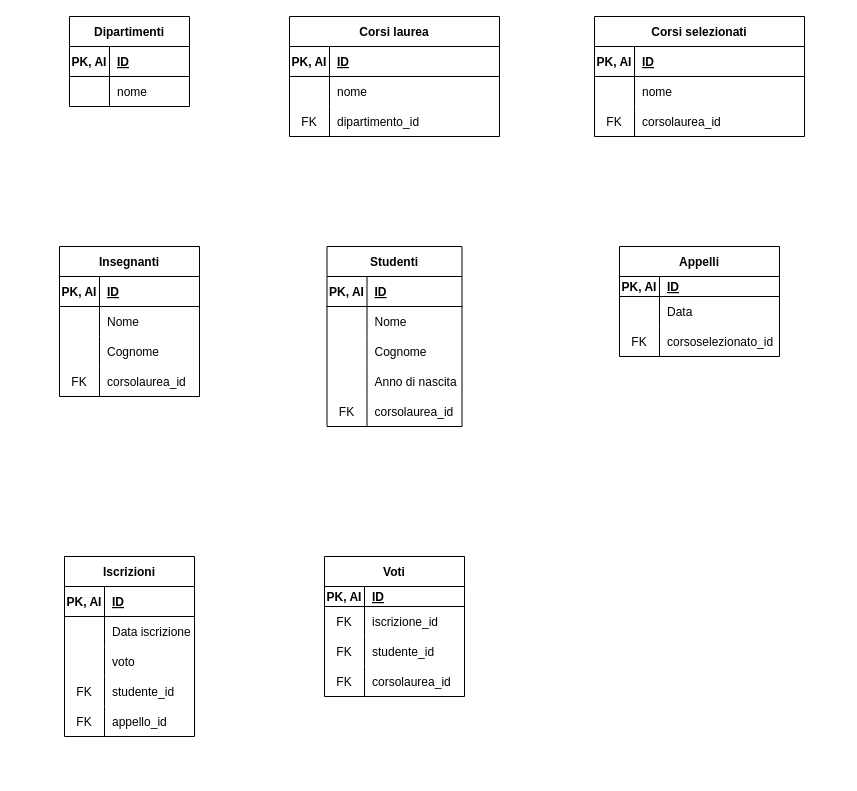
The draw.io diagram schema.drawio in agostinoluca/db-university, before the edit. Source tidied: cells renumbered, new cells numbered last; positions are measured from the earlier drawing's top-left corner, leaving out a move shared by most shapes. Both pictures are drawn from the tidied source at 100%, with x=0, y=0 at pixel (59, 16).
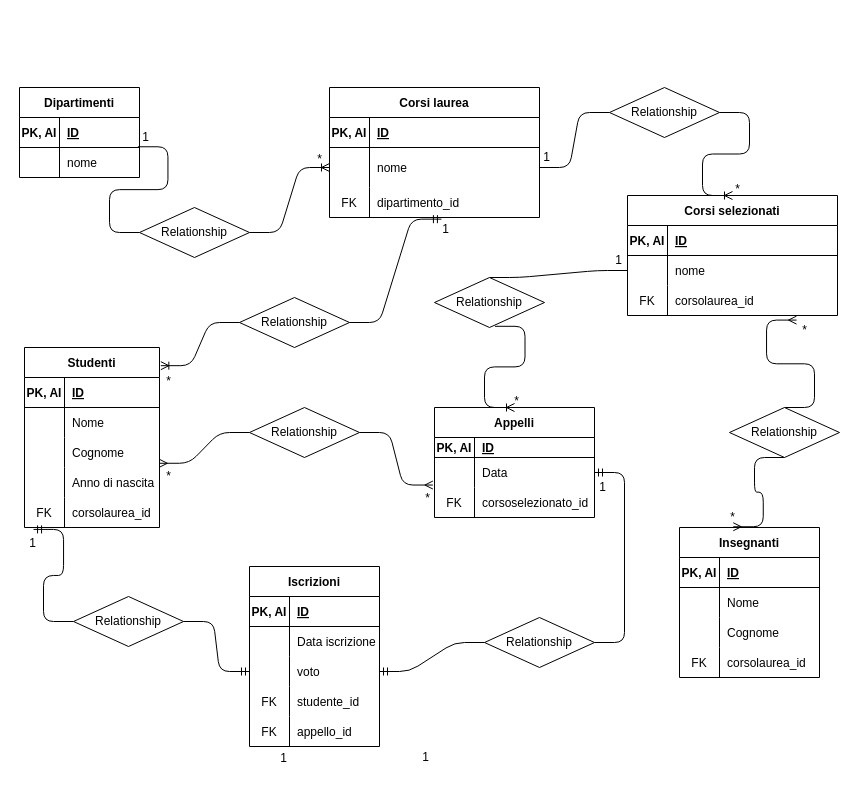
The same diagram, later.

Commit message (it also covers changes not shown here):
fix logic add relationship

The change refers to these unchanged cells:
```xml
<mxCell id="3" style="shape=tableRow;horizontal=0;startSize=0;swimlaneHead=0;swimlaneBody=0;fillColor=none;points=[[0,0.5],[1,0.5]];portConstraint=eastwest;top=0;left=0;right=0;bottom=1;" parent="2" vertex="1">
  <mxGeometry y="30" width="120" height="30" as="geometry" />
</mxCell>
<mxCell id="23" style="shape=tableRow;horizontal=0;startSize=0;swimlaneHead=0;swimlaneBody=0;fillColor=none;points=[[0,0.5],[1,0.5]];portConstraint=eastwest;top=0;left=0;right=0;bottom=0;" parent="19" vertex="1">
  <mxGeometry y="60" width="210" height="30" as="geometry" />
</mxCell>
<mxCell id="26" style="shape=tableRow;horizontal=0;startSize=0;swimlaneHead=0;swimlaneBody=0;fillColor=none;points=[[0,0.5],[1,0.5]];portConstraint=eastwest;top=0;left=0;right=0;bottom=0;" parent="19" vertex="1">
  <mxGeometry y="90" width="210" height="30" as="geometry" />
</mxCell>
<mxCell id="46" style="shape=tableRow;horizontal=0;startSize=0;swimlaneHead=0;swimlaneBody=0;fillColor=none;points=[[0,0.5],[1,0.5]];portConstraint=eastwest;top=0;left=0;right=0;bottom=0;" parent="42" vertex="1">
  <mxGeometry y="50" width="160" height="30" as="geometry" />
</mxCell>
<mxCell id="62" style="shape=tableRow;horizontal=0;startSize=0;swimlaneHead=0;swimlaneBody=0;fillColor=none;points=[[0,0.5],[1,0.5]];portConstraint=eastwest;top=0;left=0;right=0;bottom=0;" parent="52" vertex="1">
  <mxGeometry y="120" width="135" height="30" as="geometry" />
</mxCell>
<mxCell id="65" style="shape=tableRow;horizontal=0;startSize=0;swimlaneHead=0;swimlaneBody=0;fillColor=none;points=[[0,0.5],[1,0.5]];portConstraint=eastwest;top=0;left=0;right=0;bottom=0;" parent="52" vertex="1">
  <mxGeometry y="150" width="135" height="30" as="geometry" />
</mxCell>
<mxCell id="75" style="shape=tableRow;horizontal=0;startSize=0;swimlaneHead=0;swimlaneBody=0;fillColor=none;points=[[0,0.5],[1,0.5]];portConstraint=eastwest;top=0;left=0;right=0;bottom=0;" parent="68" vertex="1">
  <mxGeometry y="90" width="130" height="30" as="geometry" />
</mxCell>
```

Diff of the diagram source:
```diff
@@
     <mxCell id="2" value="Dipartimenti" style="shape=table;startSize=30;childLayout=tableLayout;rowLines=0;fontStyle=1;align=center;" parent="1" vertex="1">
-      <mxGeometry x="10" width="120" height="90" as="geometry" />
+      <mxGeometry x="-40" y="71" width="120" height="90" as="geometry" />
     </mxCell>
@@
     <mxCell id="9" value="Corsi laurea" style="shape=table;startSize=30;childLayout=tableLayout;rowLines=0;fontStyle=1;align=center;" parent="1" vertex="1">
-      <mxGeometry x="230" width="210" height="120" as="geometry" />
+      <mxGeometry x="270" y="71" width="210" height="130" as="geometry" />
     </mxCell>
@@
     <mxCell id="13" style="shape=tableRow;horizontal=0;startSize=0;swimlaneHead=0;swimlaneBody=0;fillColor=none;points=[[0,0.5],[1,0.5]];portConstraint=eastwest;top=0;left=0;right=0;bottom=0;" parent="9" vertex="1">
-      <mxGeometry y="60" width="210" height="30" as="geometry" />
+      <mxGeometry y="60" width="210" height="40" as="geometry" />
     </mxCell>
     <mxCell id="14" style="shape=partialRectangle;fillColor=none;top=0;left=0;bottom=0;right=0;overflow=hidden;" parent="13" vertex="1">
-      <mxGeometry width="40" height="30" as="geometry" />
+      <mxGeometry width="40" height="40" as="geometry" />
     </mxCell>
     <mxCell id="15" value="nome" style="shape=partialRectangle;fillColor=none;top=0;left=0;bottom=0;right=0;align=left;spacingLeft=6;overflow=hidden;" parent="13" vertex="1">
-      <mxGeometry x="40" width="170" height="30" as="geometry" />
+      <mxGeometry x="40" width="170" height="40" as="geometry" />
     </mxCell>
     <mxCell id="16" style="shape=tableRow;horizontal=0;startSize=0;swimlaneHead=0;swimlaneBody=0;fillColor=none;points=[[0,0.5],[1,0.5]];portConstraint=eastwest;top=0;left=0;right=0;bottom=0;" parent="9" vertex="1">
-      <mxGeometry y="90" width="210" height="30" as="geometry" />
+      <mxGeometry y="100" width="210" height="30" as="geometry" />
     </mxCell>
@@
     <mxCell id="19" value="Corsi selezionati" style="shape=table;startSize=30;childLayout=tableLayout;rowLines=0;fontStyle=1;align=center;" parent="1" vertex="1">
-      <mxGeometry x="535" width="210" height="120" as="geometry" />
+      <mxGeometry x="568" y="179" width="210" height="120" as="geometry" />
     </mxCell>
@@
     <mxCell id="29" value="Insegnanti" style="shape=table;startSize=30;childLayout=tableLayout;rowLines=0;fontStyle=1;align=center;" parent="1" vertex="1">
-      <mxGeometry y="230" width="140" height="150" as="geometry" />
+      <mxGeometry x="620" y="511" width="140" height="150" as="geometry" />
     </mxCell>
@@
     <mxCell id="42" value="Appelli" style="shape=table;startSize=30;childLayout=tableLayout;rowLines=0;fontStyle=1;align=center;" parent="1" vertex="1">
-      <mxGeometry x="560" y="230" width="160" height="110" as="geometry" />
+      <mxGeometry x="375" y="391" width="160" height="110" as="geometry" />
     </mxCell>
@@
     <mxCell id="52" value="Studenti" style="shape=table;startSize=30;childLayout=tableLayout;rowLines=0;fontStyle=1;align=center;" parent="1" vertex="1">
-      <mxGeometry x="267.5" y="230" width="135" height="180" as="geometry" />
+      <mxGeometry x="-35" y="331" width="135" height="180" as="geometry" />
     </mxCell>
@@
     <mxCell id="68" value="Iscrizioni" style="shape=table;startSize=30;childLayout=tableLayout;rowLines=0;fontStyle=1;align=center;" parent="1" vertex="1">
-      <mxGeometry x="5" y="540" width="130" height="180" as="geometry" />
+      <mxGeometry x="190" y="550" width="130" height="180" as="geometry" />
     </mxCell>
@@
-    <mxCell id="84" value="Voti" style="shape=table;startSize=30;childLayout=tableLayout;rowLines=0;fontStyle=1;align=center;" parent="1" vertex="1">
-      <mxGeometry x="265" y="540" width="140" height="140" as="geometry" />
-    </mxCell>
-    <mxCell id="85" style="shape=tableRow;horizontal=0;startSize=0;swimlaneHead=0;swimlaneBody=0;fillColor=none;top=0;left=0;right=0;bottom=1;" parent="84" vertex="1">
-      <mxGeometry y="30" width="140" height="20" as="geometry" />
-    </mxCell>
-    <mxCell id="86" value="PK, AI" style="shape=partialRectangle;fillColor=none;top=0;left=0;bottom=0;right=0;fontStyle=1;overflow=hidden;" parent="85" vertex="1">
-      <mxGeometry width="40" height="20" as="geometry" />
-    </mxCell>
-    <mxCell id="87" value="ID" style="shape=partialRectangle;fillColor=none;top=0;left=0;bottom=0;right=0;align=left;spacingLeft=6;fontStyle=5;overflow=hidden;" parent="85" vertex="1">
-      <mxGeometry x="40" width="100" height="20" as="geometry" />
-    </mxCell>
-    <mxCell id="88" style="shape=tableRow;horizontal=0;startSize=0;swimlaneHead=0;swimlaneBody=0;fillColor=none;top=0;left=0;right=0;bottom=0;" parent="84" vertex="1">
-      <mxGeometry y="50" width="140" height="30" as="geometry" />
-    </mxCell>
-    <mxCell id="89" value="FK" style="shape=partialRectangle;fillColor=none;top=0;left=0;bottom=0;right=0;overflow=hidden;" parent="88" vertex="1">
-      <mxGeometry width="40" height="30" as="geometry" />
-    </mxCell>
-    <mxCell id="90" value="iscrizione_id" style="shape=partialRectangle;fillColor=none;top=0;left=0;bottom=0;right=0;align=left;spacingLeft=6;overflow=hidden;" parent="88" vertex="1">
-      <mxGeometry x="40" width="100" height="30" as="geometry" />
-    </mxCell>
-    <mxCell id="91" style="shape=tableRow;horizontal=0;startSize=0;swimlaneHead=0;swimlaneBody=0;fillColor=none;top=0;left=0;right=0;bottom=0;" parent="84" vertex="1">
-      <mxGeometry y="80" width="140" height="30" as="geometry" />
-    </mxCell>
-    <mxCell id="92" value="FK" style="shape=partialRectangle;fillColor=none;top=0;left=0;bottom=0;right=0;overflow=hidden;" parent="91" vertex="1">
-      <mxGeometry width="40" height="30" as="geometry" />
-    </mxCell>
-    <mxCell id="93" value="studente_id" style="shape=partialRectangle;fillColor=none;top=0;left=0;bottom=0;right=0;align=left;spacingLeft=6;overflow=hidden;" parent="91" vertex="1">
-      <mxGeometry x="40" width="100" height="30" as="geometry" />
-    </mxCell>
-    <mxCell id="94" style="shape=tableRow;horizontal=0;startSize=0;swimlaneHead=0;swimlaneBody=0;fillColor=none;top=0;left=0;right=0;bottom=0;" parent="84" vertex="1">
-      <mxGeometry y="110" width="140" height="30" as="geometry" />
-    </mxCell>
-    <mxCell id="95" value="FK" style="shape=partialRectangle;fillColor=none;top=0;left=0;bottom=0;right=0;overflow=hidden;" parent="94" vertex="1">
-      <mxGeometry width="40" height="30" as="geometry" />
-    </mxCell>
-    <mxCell id="96" value="corsolaurea_id" style="shape=partialRectangle;fillColor=none;top=0;left=0;bottom=0;right=0;align=left;spacingLeft=6;overflow=hidden;" parent="94" vertex="1">
-      <mxGeometry x="40" width="100" height="30" as="geometry" />
-    </mxCell>
+    <mxCell id="97" style="edgeStyle=entityRelationEdgeStyle;fontSize=12;html=1;endArrow=ERoneToMany;entryX=0;entryY=0.5;entryDx=0;entryDy=0;exitX=1;exitY=0.5;exitDx=0;exitDy=0;startArrow=none;" parent="1" edge="1" source="106" target="13">
+      <mxGeometry relative="1" as="geometry" />
+    </mxCell>
+    <mxCell id="98" style="edgeStyle=entityRelationEdgeStyle;fontSize=12;html=1;endArrow=ERoneToMany;exitX=1;exitY=0.5;exitDx=0;exitDy=0;entryX=0.5;entryY=0;entryDx=0;entryDy=0;startArrow=none;" parent="1" edge="1" source="119" target="19">
+      <mxGeometry relative="1" as="geometry" />
+    </mxCell>
+    <mxCell id="99" style="edgeStyle=entityRelationEdgeStyle;fontSize=12;html=1;endArrow=ERmany;startArrow=none;entryX=0.805;entryY=1.153;entryDx=0;entryDy=0;entryPerimeter=0;exitX=0.5;exitY=0;exitDx=0;exitDy=0;" parent="1" edge="1" source="115" target="26">
+      <mxGeometry relative="1" as="geometry" />
+    </mxCell>
+    <mxCell id="100" style="edgeStyle=entityRelationEdgeStyle;fontSize=12;html=1;endArrow=ERoneToMany;entryX=0.5;entryY=0;entryDx=0;entryDy=0;exitX=0.55;exitY=0.976;exitDx=0;exitDy=0;exitPerimeter=0;startArrow=none;" parent="1" edge="1" source="117" target="42">
+      <mxGeometry relative="1" as="geometry" />
+    </mxCell>
+    <mxCell id="101" style="edgeStyle=entityRelationEdgeStyle;fontSize=12;html=1;endArrow=ERmandOne;startArrow=none;entryX=0.533;entryY=1.055;entryDx=0;entryDy=0;entryPerimeter=0;exitX=1;exitY=0.5;exitDx=0;exitDy=0;" parent="1" edge="1" source="107" target="16">
+      <mxGeometry relative="1" as="geometry" />
+    </mxCell>
+    <mxCell id="102" style="edgeStyle=entityRelationEdgeStyle;fontSize=12;html=1;endArrow=ERmany;startArrow=none;entryX=-0.01;entryY=0.918;entryDx=0;entryDy=0;entryPerimeter=0;exitX=1;exitY=0.5;exitDx=0;exitDy=0;" parent="1" edge="1" source="109" target="46">
+      <mxGeometry relative="1" as="geometry" />
+    </mxCell>
+    <mxCell id="103" style="edgeStyle=entityRelationEdgeStyle;fontSize=12;html=1;endArrow=ERmandOne;startArrow=none;exitX=1;exitY=0.5;exitDx=0;exitDy=0;entryX=1;entryY=0.5;entryDx=0;entryDy=0;" parent="1" edge="1" source="113" target="46">
+      <mxGeometry relative="1" as="geometry" />
+    </mxCell>
+    <mxCell id="104" style="edgeStyle=entityRelationEdgeStyle;fontSize=12;html=1;endArrow=ERmandOne;startArrow=none;exitX=0;exitY=0.5;exitDx=0;exitDy=0;entryX=0.067;entryY=1.064;entryDx=0;entryDy=0;entryPerimeter=0;" parent="1" edge="1" source="111" target="65">
+      <mxGeometry relative="1" as="geometry" />
+    </mxCell>
+    <mxCell id="105" style="edgeStyle=entityRelationEdgeStyle;fontSize=12;html=1;endArrow=none;entryX=0;entryY=0.5;entryDx=0;entryDy=0;exitX=0.987;exitY=0.976;exitDx=0;exitDy=0;exitPerimeter=0;" parent="1" edge="1" source="3" target="106">
+      <mxGeometry relative="1" as="geometry" />
+    </mxCell>
+    <mxCell id="106" value="Relationship" style="shape=rhombus;perimeter=rhombusPerimeter;whiteSpace=wrap;html=1;align=center;" parent="1" vertex="1">
+      <mxGeometry x="80" y="191" width="110" height="50" as="geometry" />
+    </mxCell>
+    <mxCell id="107" value="Relationship" style="shape=rhombus;perimeter=rhombusPerimeter;whiteSpace=wrap;html=1;align=center;" parent="1" vertex="1">
+      <mxGeometry x="180" y="281" width="110" height="50" as="geometry" />
+    </mxCell>
+    <mxCell id="108" style="edgeStyle=entityRelationEdgeStyle;fontSize=12;html=1;endArrow=none;startArrow=ERmany;entryX=0;entryY=0.5;entryDx=0;entryDy=0;exitX=0.999;exitY=-0.141;exitDx=0;exitDy=0;exitPerimeter=0;" parent="1" edge="1" source="62" target="109">
+      <mxGeometry relative="1" as="geometry" />
+    </mxCell>
+    <mxCell id="109" value="Relationship" style="shape=rhombus;perimeter=rhombusPerimeter;whiteSpace=wrap;html=1;align=center;" parent="1" vertex="1">
+      <mxGeometry x="190" y="391" width="110" height="50" as="geometry" />
+    </mxCell>
+    <mxCell id="110" style="edgeStyle=entityRelationEdgeStyle;fontSize=12;html=1;endArrow=none;startArrow=ERmandOne;exitX=0;exitY=0.5;exitDx=0;exitDy=0;" parent="1" edge="1" source="75" target="111">
+      <mxGeometry relative="1" as="geometry" />
+    </mxCell>
+    <mxCell id="111" value="Relationship" style="shape=rhombus;perimeter=rhombusPerimeter;whiteSpace=wrap;html=1;align=center;" parent="1" vertex="1">
+      <mxGeometry x="14" y="580" width="110" height="50" as="geometry" />
+    </mxCell>
+    <mxCell id="112" style="edgeStyle=entityRelationEdgeStyle;fontSize=12;html=1;endArrow=none;startArrow=ERmandOne;exitX=1;exitY=0.5;exitDx=0;exitDy=0;entryX=0;entryY=0.5;entryDx=0;entryDy=0;" parent="1" edge="1" source="75" target="113">
+      <mxGeometry relative="1" as="geometry" />
+    </mxCell>
+    <mxCell id="113" value="Relationship" style="shape=rhombus;perimeter=rhombusPerimeter;whiteSpace=wrap;html=1;align=center;" parent="1" vertex="1">
+      <mxGeometry x="425" y="601" width="110" height="50" as="geometry" />
+    </mxCell>
+    <mxCell id="114" style="edgeStyle=entityRelationEdgeStyle;fontSize=12;html=1;endArrow=none;startArrow=ERmany;exitX=0.384;exitY=-0.005;exitDx=0;exitDy=0;exitPerimeter=0;entryX=0.5;entryY=1;entryDx=0;entryDy=0;" parent="1" edge="1" source="29" target="115">
+      <mxGeometry relative="1" as="geometry" />
+    </mxCell>
+    <mxCell id="115" value="Relationship" style="shape=rhombus;perimeter=rhombusPerimeter;whiteSpace=wrap;html=1;align=center;" parent="1" vertex="1">
+      <mxGeometry x="670" y="391" width="110" height="50" as="geometry" />
+    </mxCell>
+    <mxCell id="116" style="edgeStyle=entityRelationEdgeStyle;fontSize=12;html=1;endArrow=none;entryX=0.5;entryY=0;entryDx=0;entryDy=0;exitX=0;exitY=0.5;exitDx=0;exitDy=0;" parent="1" edge="1" source="23" target="117">
+      <mxGeometry relative="1" as="geometry" />
+    </mxCell>
+    <mxCell id="117" value="Relationship" style="shape=rhombus;perimeter=rhombusPerimeter;whiteSpace=wrap;html=1;align=center;" parent="1" vertex="1">
+      <mxGeometry x="375" y="261" width="110" height="50" as="geometry" />
+    </mxCell>
+    <mxCell id="118" style="edgeStyle=entityRelationEdgeStyle;fontSize=12;html=1;endArrow=none;exitX=1;exitY=0.5;exitDx=0;exitDy=0;entryX=0;entryY=0.5;entryDx=0;entryDy=0;" parent="1" edge="1" source="13" target="119">
+      <mxGeometry relative="1" as="geometry" />
+    </mxCell>
+    <mxCell id="119" value="Relationship" style="shape=rhombus;perimeter=rhombusPerimeter;whiteSpace=wrap;html=1;align=center;" parent="1" vertex="1">
+      <mxGeometry x="550" y="71" width="110" height="50" as="geometry" />
+    </mxCell>
+    <mxCell id="120" value="1" style="text;html=1;align=center;verticalAlign=middle;strokeColor=none;fillColor=none;" parent="1" vertex="1">
+      <mxGeometry x="71" y="106" width="30" height="30" as="geometry" />
+    </mxCell>
+    <mxCell id="121" value="1" style="text;html=1;align=center;verticalAlign=middle;strokeColor=none;fillColor=none;" parent="1" vertex="1">
+      <mxGeometry x="472" y="126" width="30" height="30" as="geometry" />
+    </mxCell>
+    <mxCell id="122" value="1" style="text;html=1;align=center;verticalAlign=middle;strokeColor=none;fillColor=none;" parent="1" vertex="1">
+      <mxGeometry x="371" y="198" width="30" height="30" as="geometry" />
+    </mxCell>
+    <mxCell id="123" style="edgeStyle=entityRelationEdgeStyle;fontSize=12;html=1;endArrow=ERoneToMany;exitX=0;exitY=0.5;exitDx=0;exitDy=0;entryX=1.01;entryY=0.101;entryDx=0;entryDy=0;entryPerimeter=0;" parent="1" edge="1" source="107" target="52">
+      <mxGeometry relative="1" as="geometry" />
+    </mxCell>
+    <mxCell id="124" value="1" style="text;html=1;align=center;verticalAlign=middle;strokeColor=none;fillColor=none;" parent="1" vertex="1">
+      <mxGeometry x="-42" y="512" width="30" height="30" as="geometry" />
+    </mxCell>
+    <mxCell id="125" value="1" style="text;html=1;align=center;verticalAlign=middle;strokeColor=none;fillColor=none;" parent="1" vertex="1">
+      <mxGeometry x="209" y="727" width="30" height="30" as="geometry" />
+    </mxCell>
+    <mxCell id="126" value="1" style="text;html=1;align=center;verticalAlign=middle;strokeColor=none;fillColor=none;" parent="1" vertex="1">
+      <mxGeometry x="351" y="726" width="30" height="30" as="geometry" />
+    </mxCell>
+    <mxCell id="127" value="1" style="text;html=1;align=center;verticalAlign=middle;strokeColor=none;fillColor=none;" parent="1" vertex="1">
+      <mxGeometry x="528" y="456" width="30" height="30" as="geometry" />
+    </mxCell>
+    <mxCell id="128" value="*" style="text;html=1;align=center;verticalAlign=middle;strokeColor=none;fillColor=none;" parent="1" vertex="1">
+      <mxGeometry x="94" y="445" width="30" height="30" as="geometry" />
+    </mxCell>
+    <mxCell id="129" value="*" style="text;html=1;align=center;verticalAlign=middle;strokeColor=none;fillColor=none;" parent="1" vertex="1">
+      <mxGeometry x="94" y="350" width="30" height="30" as="geometry" />
+    </mxCell>
+    <mxCell id="130" value="*" style="text;html=1;align=center;verticalAlign=middle;strokeColor=none;fillColor=none;" parent="1" vertex="1">
+      <mxGeometry x="353" y="467" width="30" height="30" as="geometry" />
+    </mxCell>
+    <mxCell id="131" value="*" style="text;html=1;align=center;verticalAlign=middle;strokeColor=none;fillColor=none;" parent="1" vertex="1">
+      <mxGeometry x="442" y="370" width="30" height="30" as="geometry" />
+    </mxCell>
+    <mxCell id="132" value="*" style="text;html=1;align=center;verticalAlign=middle;strokeColor=none;fillColor=none;" parent="1" vertex="1">
+      <mxGeometry x="730" y="299" width="30" height="30" as="geometry" />
+    </mxCell>
+    <mxCell id="133" value="*" style="text;html=1;align=center;verticalAlign=middle;strokeColor=none;fillColor=none;" parent="1" vertex="1">
+      <mxGeometry x="663" y="158" width="30" height="30" as="geometry" />
+    </mxCell>
+    <mxCell id="134" value="*" style="text;html=1;align=center;verticalAlign=middle;strokeColor=none;fillColor=none;" parent="1" vertex="1">
+      <mxGeometry x="245" y="128" width="30" height="30" as="geometry" />
+    </mxCell>
+    <mxCell id="135" value="*" style="text;html=1;align=center;verticalAlign=middle;strokeColor=none;fillColor=none;" parent="1" vertex="1">
+      <mxGeometry x="658" y="486" width="30" height="30" as="geometry" />
+    </mxCell>
+    <mxCell id="136" value="1" style="text;html=1;align=center;verticalAlign=middle;strokeColor=none;fillColor=none;" parent="1" vertex="1">
+      <mxGeometry x="544" y="229" width="30" height="30" as="geometry" />
+    </mxCell>
```
